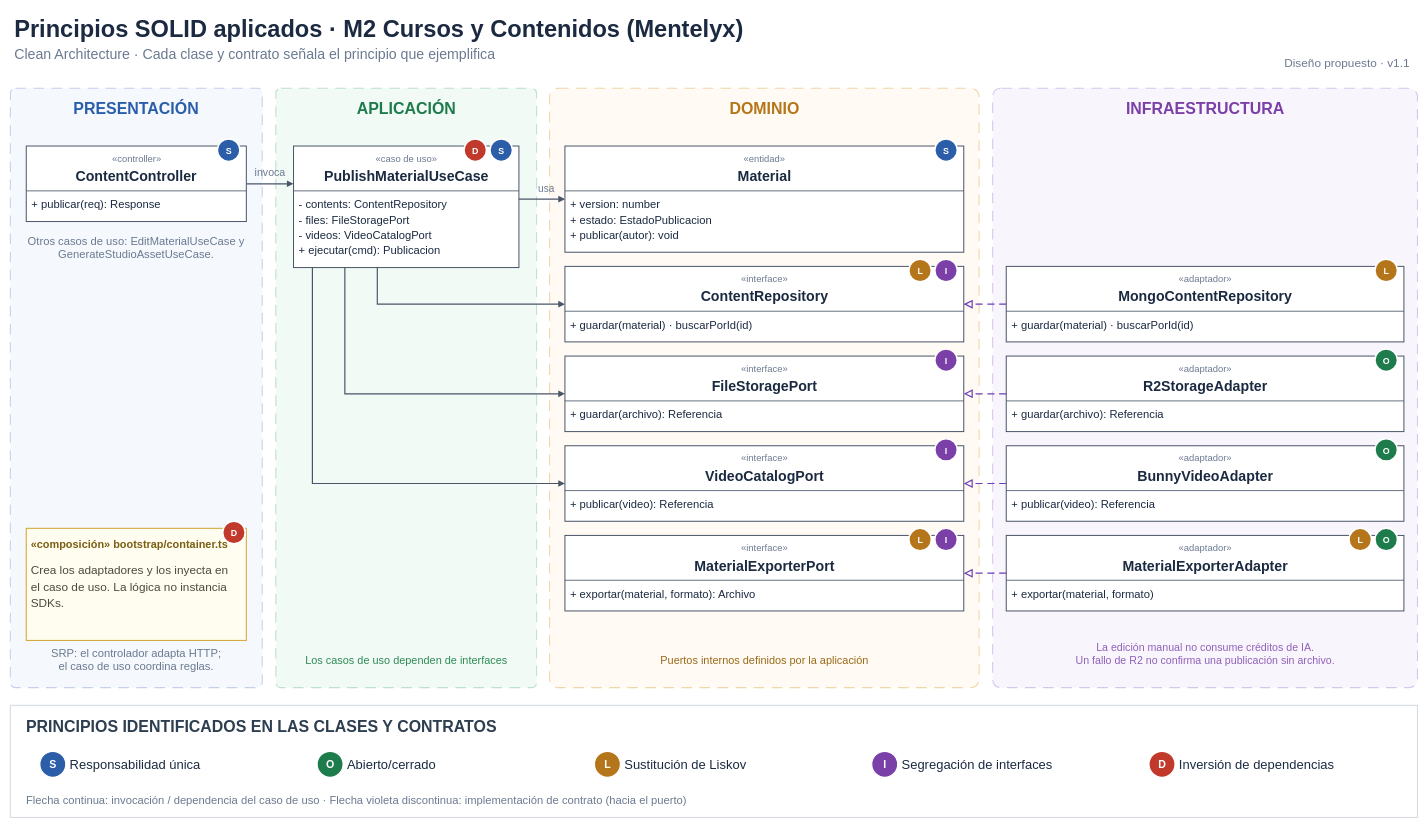
Before: docs/img/fuente_drawio/principios-solid-m2.drawio in 100robert/Mentelyx, a draw.io diagram. Source tidied: cells renumbered, new cells numbered last; positions are measured from the earlier drawing's top-left corner, leaving out a move shared by most shapes. Both pictures are drawn from the tidied source at 59%, with x=0, y=0 at pixel (10, 10).
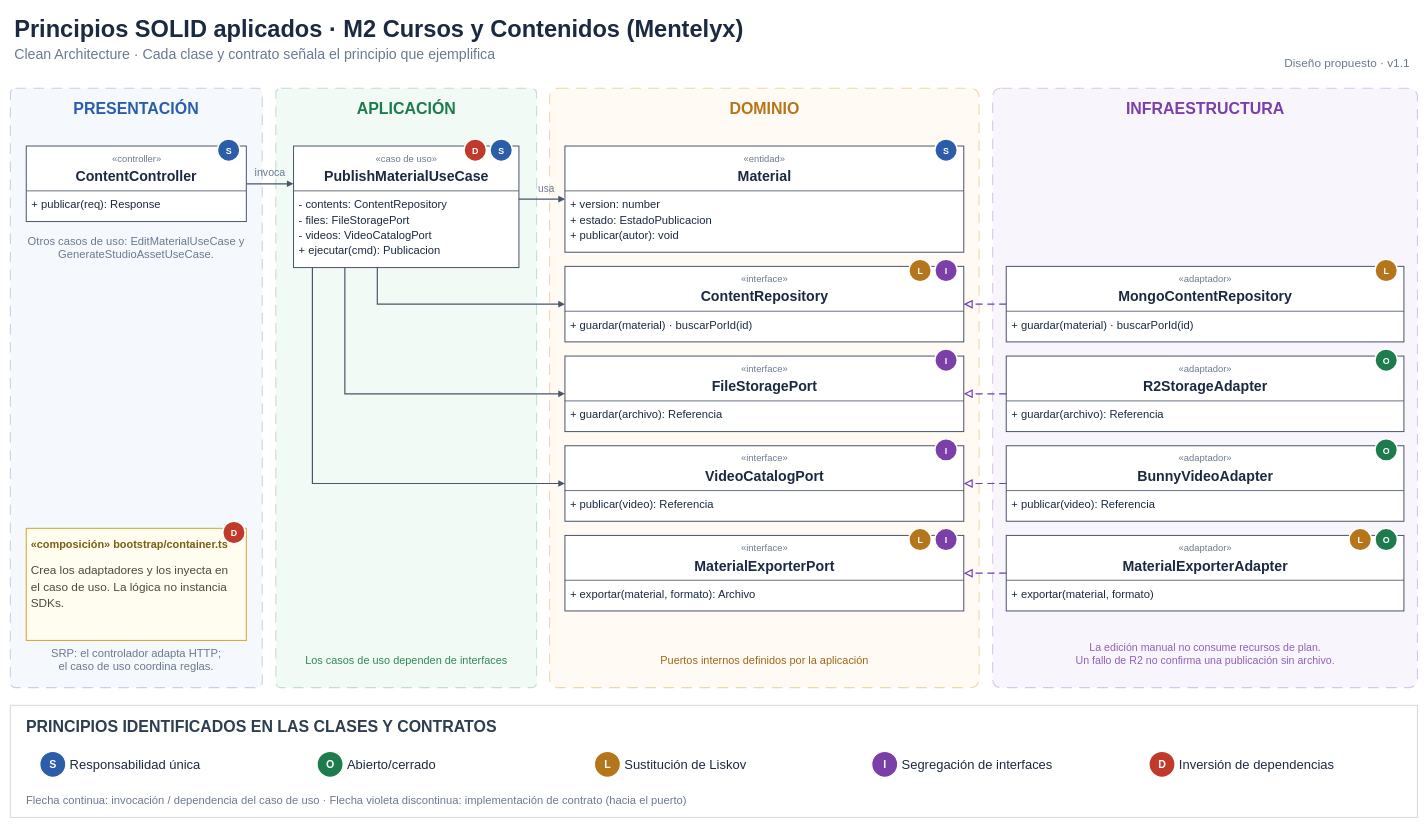
Above is the later version.

Change to the diagram source:
```diff
@@
-    <mxCell id="127" value="La edición manual no consume créditos de IA." style="text;html=1;strokeColor=none;fillColor=none;align=center;verticalAlign=middle;whiteSpace=nowrap;spacing=0;fontSize=18;fontStyle=0;fontColor=#9060B8;fontFamily=Arial;" parent="1" vertex="1">
+    <mxCell id="127" value="La edición manual no consume recursos de plan." style="text;html=1;strokeColor=none;fillColor=none;align=center;verticalAlign=middle;whiteSpace=nowrap;spacing=0;fontSize=18;fontStyle=0;fontColor=#9060B8;fontFamily=Arial;" parent="1" vertex="1">
       <mxGeometry x="1833.4" y="1066.1" width="383.2" height="27" as="geometry" />
     </mxCell>
```
